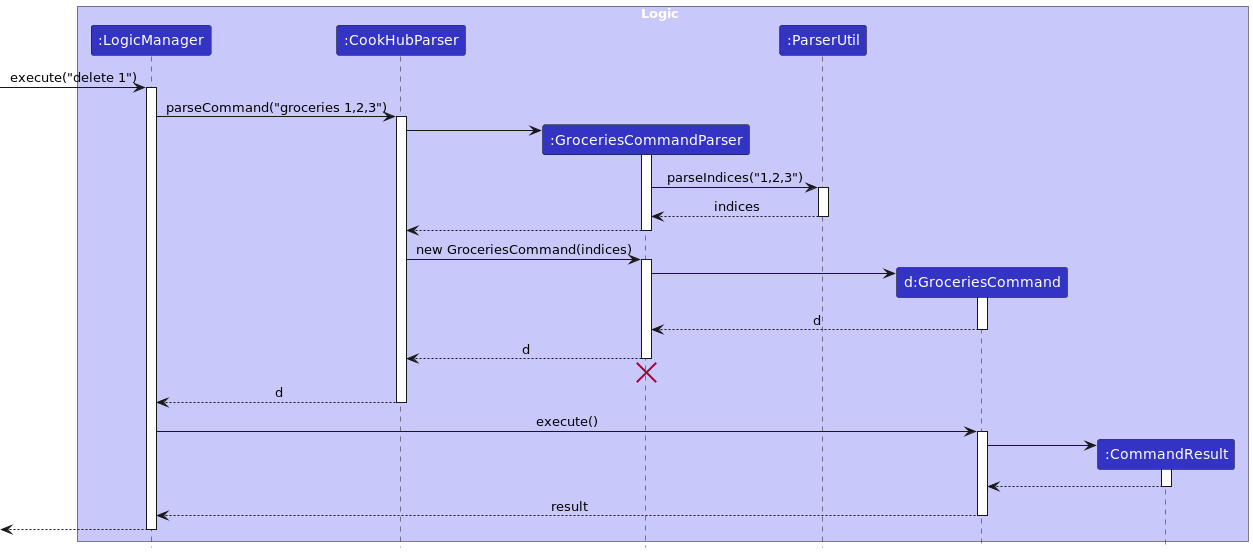
Earlier version of the PlantUML export docs/images/GroceriesSequenceDiagram.png (nus-cs2103-AY2223S2/tp). The source it was exported from:
```plantuml
@startuml
!include style.puml

box Logic LOGIC_COLOR_T1
participant ":LogicManager" as LogicManager LOGIC_COLOR
participant ":CookHubParser" as CookHubParser LOGIC_COLOR
participant ":GroceriesCommandParser" as GroceriesCommandParser LOGIC_COLOR
participant ":ParserUtil" as ParserUtil LOGIC_COLOR
participant "d:GroceriesCommand" as GroceriesCommand LOGIC_COLOR
participant ":CommandResult" as CommandResult LOGIC_COLOR
end box


[-> LogicManager : execute("delete 1")
activate LogicManager

LogicManager -> CookHubParser : parseCommand("groceries 1,2,3")
activate CookHubParser

create GroceriesCommandParser
CookHubParser -> GroceriesCommandParser
activate GroceriesCommandParser

GroceriesCommandParser -> ParserUtil : parseIndices("1,2,3")
activate ParserUtil

ParserUtil --> GroceriesCommandParser : indices

deactivate ParserUtil

GroceriesCommandParser --> CookHubParser
deactivate GroceriesCommandParser

CookHubParser -> GroceriesCommandParser : new GroceriesCommand(indices)
activate GroceriesCommandParser

create GroceriesCommand
GroceriesCommandParser -> GroceriesCommand
activate GroceriesCommand

GroceriesCommand --> GroceriesCommandParser : d
deactivate GroceriesCommand

GroceriesCommandParser --> CookHubParser : d
deactivate GroceriesCommandParser
GroceriesCommandParser -[hidden]-> CookHubParser
destroy GroceriesCommandParser

CookHubParser --> LogicManager : d
deactivate CookHubParser

LogicManager -> GroceriesCommand : execute()
activate GroceriesCommand



create CommandResult
GroceriesCommand -> CommandResult
activate CommandResult

CommandResult --> GroceriesCommand
deactivate CommandResult

GroceriesCommand --> LogicManager : result
deactivate GroceriesCommand

[<--LogicManager
deactivate LogicManager
@enduml
```
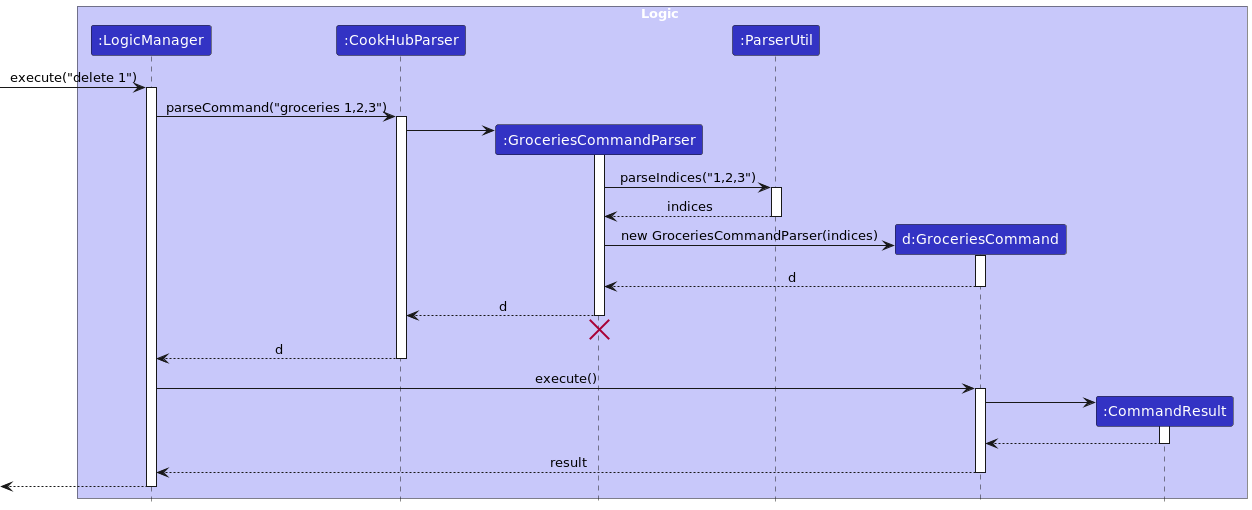
Above is the later version.

Commit message:
Updated groceries sequence diagram in dg

Diff of the diagram source:
```diff
@@ -28,14 +28,10 @@
 
 deactivate ParserUtil
 
-GroceriesCommandParser --> CookHubParser
-deactivate GroceriesCommandParser
-
-CookHubParser -> GroceriesCommandParser : new GroceriesCommand(indices)
-activate GroceriesCommandParser
 
 create GroceriesCommand
-GroceriesCommandParser -> GroceriesCommand
+
+GroceriesCommandParser -> GroceriesCommand : new GroceriesCommandParser(indices)
 activate GroceriesCommand
 
 GroceriesCommand --> GroceriesCommandParser : d
```
